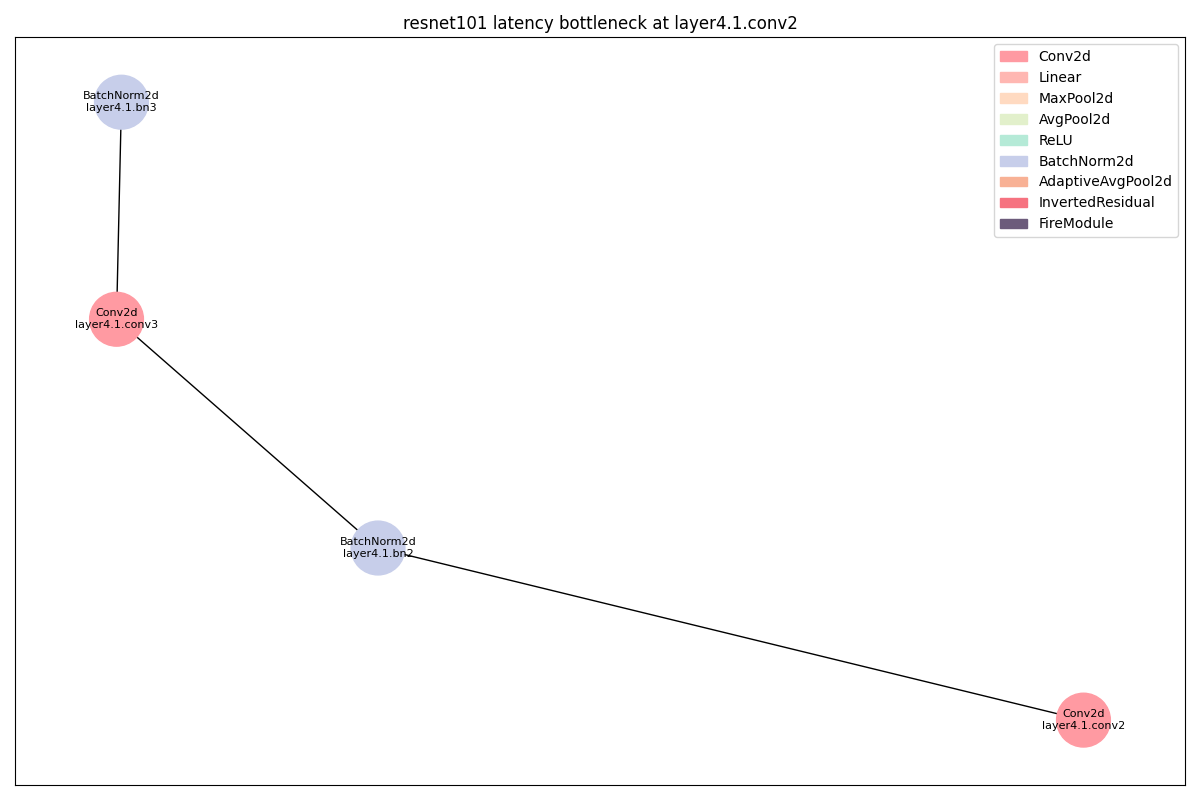
Above: dags/resnet101_latency_layer4_1_conv2_op.png in 11222-Meng/DNN_Bottlen_Layer_Analysis (Graphviz), before the change. Its source is kept beside it as dags/resnet101_latency_layer4_1_conv2_op.dot. Its diagram source:
```dot
strict digraph "" {
	Conv2d_0	[color="#FF9AA2",
		layer_name="layer4.1.conv2",
		params=2359296,
		type=Conv2d];
	BatchNorm2d_0	[color="#C7CEEA",
		layer_name="layer4.1.bn2",
		params=1024,
		type=BatchNorm2d];
	Conv2d_0 -> BatchNorm2d_0;
	Conv2d_1	[color="#FF9AA2",
		layer_name="layer4.1.conv3",
		params=1048576,
		type=Conv2d];
	BatchNorm2d_0 -> Conv2d_1;
	BatchNorm2d_1	[color="#C7CEEA",
		layer_name="layer4.1.bn3",
		params=4096,
		type=BatchNorm2d];
	Conv2d_1 -> BatchNorm2d_1;
}
```
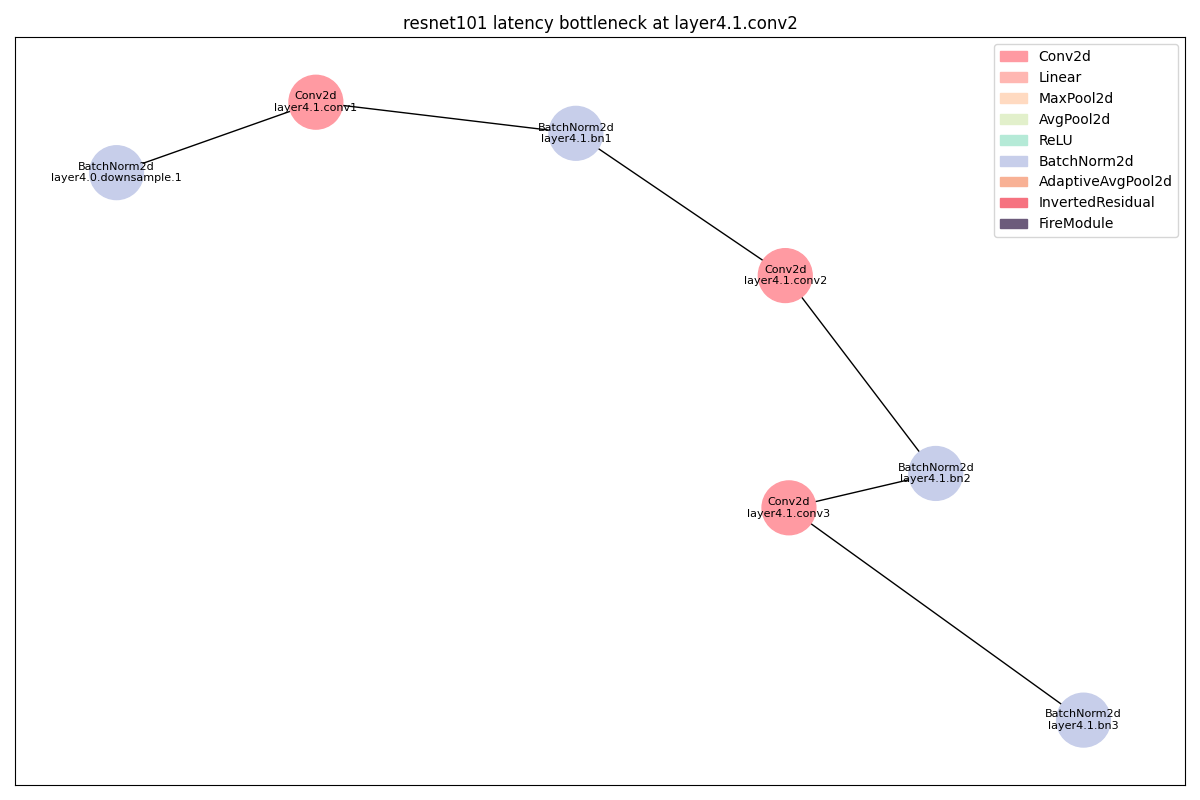
Above is the later version.

Diff of the diagram source:
```diff
@@ -1,21 +1,36 @@
 strict digraph "" {
+	BatchNorm2d_0	[color="#C7CEEA",
+		layer_name="layer4.0.downsample.1",
+		params=4096,
+		type=BatchNorm2d];
 	Conv2d_0	[color="#FF9AA2",
+		layer_name="layer4.1.conv1",
+		params=1048576,
+		type=Conv2d];
+	BatchNorm2d_0 -> Conv2d_0;
+	BatchNorm2d_1	[color="#C7CEEA",
+		layer_name="layer4.1.bn1",
+		params=1024,
+		type=BatchNorm2d];
+	Conv2d_0 -> BatchNorm2d_1;
+	Conv2d_1	[color="#FF9AA2",
 		layer_name="layer4.1.conv2",
 		params=2359296,
 		type=Conv2d];
-	BatchNorm2d_0	[color="#C7CEEA",
+	BatchNorm2d_1 -> Conv2d_1;
+	BatchNorm2d_2	[color="#C7CEEA",
 		layer_name="layer4.1.bn2",
 		params=1024,
 		type=BatchNorm2d];
-	Conv2d_0 -> BatchNorm2d_0;
-	Conv2d_1	[color="#FF9AA2",
+	Conv2d_1 -> BatchNorm2d_2;
+	Conv2d_2	[color="#FF9AA2",
 		layer_name="layer4.1.conv3",
 		params=1048576,
 		type=Conv2d];
-	BatchNorm2d_0 -> Conv2d_1;
-	BatchNorm2d_1	[color="#C7CEEA",
+	BatchNorm2d_2 -> Conv2d_2;
+	BatchNorm2d_3	[color="#C7CEEA",
 		layer_name="layer4.1.bn3",
 		params=4096,
 		type=BatchNorm2d];
-	Conv2d_1 -> BatchNorm2d_1;
+	Conv2d_2 -> BatchNorm2d_3;
 }
```
